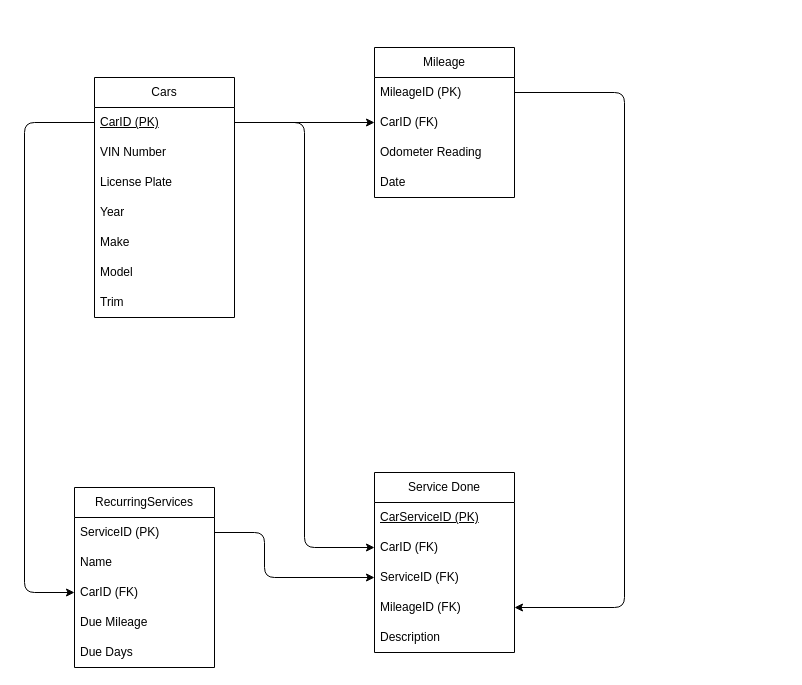
This is BluePrint/ERD.drawio from Danny-Erikson/MileageSnake, a draw.io file, before an edit. Source tidied: cells renumbered, new cells numbered last; positions are measured from the earlier drawing's top-left corner, leaving out a move shared by most shapes. Both pictures are drawn from the tidied source at 100%, with x=0, y=0 at pixel (24, 47).
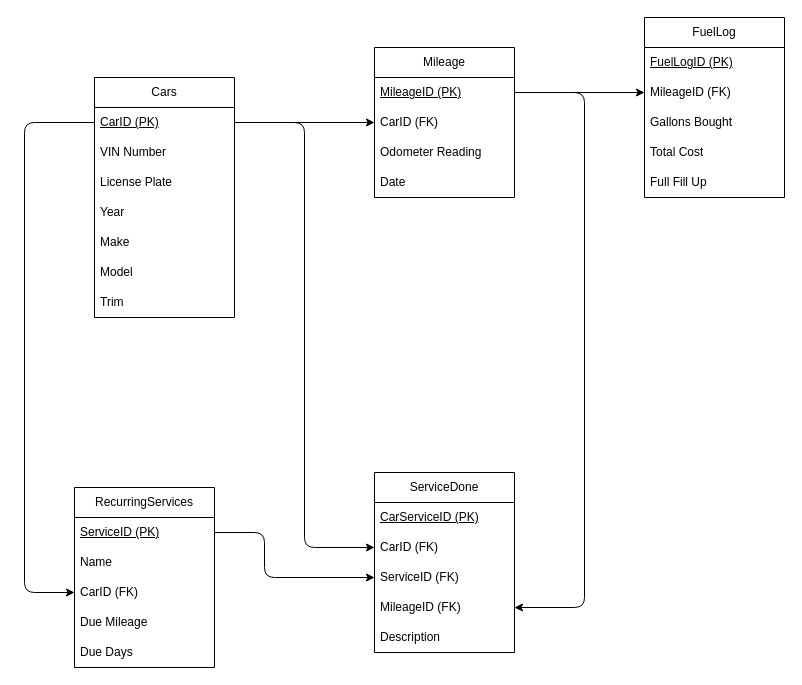
The same page after the edit.

Commit message (it also covers changes not shown here):
Added Fuel Log to DB Schema

Unchanged cells that the change refers to:
```xml
<mxCell id="10" value="Mileage" style="swimlane;fontStyle=0;horizontal=1;startSize=30;whiteSpace=wrap;html=1;" parent="1" vertex="1">
  <mxGeometry x="350" width="140" height="150" as="geometry" />
</mxCell>
<mxCell id="20" value="MileageID (FK)" style="text;strokeColor=none;fillColor=none;align=left;verticalAlign=middle;spacingLeft=4;spacingRight=4;overflow=hidden;points=[[0,0.5],[1,0.5]];portConstraint=eastwest;whiteSpace=wrap;html=1;" parent="16" vertex="1">
  <mxGeometry y="120" width="140" height="30" as="geometry" />
</mxCell>
<mxCell id="22" value="RecurringServices" style="swimlane;fontStyle=0;horizontal=1;startSize=30;whiteSpace=wrap;html=1;" parent="1" vertex="1">
  <mxGeometry x="50" y="440" width="140" height="180" as="geometry" />
</mxCell>
```

The edit, as a diff of the source:
```diff
@@
-    <mxCell id="11" value="MileageID (PK)" style="text;strokeColor=none;fillColor=none;align=left;verticalAlign=middle;spacingLeft=4;spacingRight=4;overflow=hidden;points=[[0,0.5],[1,0.5]];portConstraint=eastwest;whiteSpace=wrap;html=1;" parent="10" vertex="1">
+    <mxCell id="11" value="&lt;u&gt;MileageID (PK)&lt;/u&gt;" style="text;strokeColor=none;fillColor=none;align=left;verticalAlign=middle;spacingLeft=4;spacingRight=4;overflow=hidden;points=[[0,0.5],[1,0.5]];portConstraint=eastwest;whiteSpace=wrap;html=1;" parent="10" vertex="1">
       <mxGeometry y="30" width="140" height="30" as="geometry" />
     </mxCell>
@@
-    <mxCell id="16" value="Service Done" style="swimlane;fontStyle=0;horizontal=1;startSize=30;whiteSpace=wrap;html=1;" parent="1" vertex="1">
+    <mxCell id="16" value="ServiceDone" style="swimlane;fontStyle=0;horizontal=1;startSize=30;whiteSpace=wrap;html=1;" parent="1" vertex="1">
       <mxGeometry x="350" y="425" width="140" height="180" as="geometry" />
     </mxCell>
@@
-    <mxCell id="23" value="ServiceID (PK)" style="text;strokeColor=none;fillColor=none;align=left;verticalAlign=middle;spacingLeft=4;spacingRight=4;overflow=hidden;points=[[0,0.5],[1,0.5]];portConstraint=eastwest;whiteSpace=wrap;html=1;" parent="22" vertex="1">
+    <mxCell id="23" value="&lt;u&gt;ServiceID (PK)&lt;/u&gt;" style="text;strokeColor=none;fillColor=none;align=left;verticalAlign=middle;spacingLeft=4;spacingRight=4;overflow=hidden;points=[[0,0.5],[1,0.5]];portConstraint=eastwest;whiteSpace=wrap;html=1;" parent="22" vertex="1">
       <mxGeometry y="30" width="140" height="30" as="geometry" />
     </mxCell>
@@
     <mxCell id="29" style="edgeStyle=none;html=1;exitX=1;exitY=0.5;exitDx=0;exitDy=0;entryX=1;entryY=0.5;entryDx=0;entryDy=0;" parent="1" edge="1" source="11" target="20">
       <mxGeometry relative="1" as="geometry">
         <Array as="points">
-          <mxPoint x="600" y="45" />
-          <mxPoint x="600" y="560" />
+          <mxPoint x="560" y="45" />
+          <mxPoint x="560" y="560" />
         </Array>
       </mxGeometry>
     </mxCell>
@@
+    <mxCell id="32" value="FuelLog" style="swimlane;fontStyle=0;horizontal=1;startSize=30;whiteSpace=wrap;html=1;" parent="1" vertex="1">
+      <mxGeometry x="620" y="-30" width="140" height="180" as="geometry" />
+    </mxCell>
+    <mxCell id="33" value="&lt;u&gt;FuelLogID (PK)&lt;/u&gt;" style="text;strokeColor=none;fillColor=none;align=left;verticalAlign=middle;spacingLeft=4;spacingRight=4;overflow=hidden;whiteSpace=wrap;html=1;" parent="32" vertex="1">
+      <mxGeometry y="30" width="140" height="30" as="geometry" />
+    </mxCell>
+    <mxCell id="34" value="MileageID (FK)" style="text;strokeColor=none;fillColor=none;align=left;verticalAlign=middle;spacingLeft=4;spacingRight=4;overflow=hidden;points=[[0,0.5],[1,0.5]];portConstraint=eastwest;whiteSpace=wrap;html=1;" parent="32" vertex="1">
+      <mxGeometry y="60" width="140" height="30" as="geometry" />
+    </mxCell>
+    <mxCell id="35" value="Gallons Bought" style="text;strokeColor=none;fillColor=none;align=left;verticalAlign=middle;spacingLeft=4;spacingRight=4;overflow=hidden;whiteSpace=wrap;html=1;" parent="32" vertex="1">
+      <mxGeometry y="90" width="140" height="30" as="geometry" />
+    </mxCell>
+    <mxCell id="36" value="Total Cost" style="text;strokeColor=none;fillColor=none;align=left;verticalAlign=middle;spacingLeft=4;spacingRight=4;overflow=hidden;whiteSpace=wrap;html=1;" parent="32" vertex="1">
+      <mxGeometry y="120" width="140" height="30" as="geometry" />
+    </mxCell>
+    <mxCell id="37" value="Full Fill Up" style="text;strokeColor=none;fillColor=none;align=left;verticalAlign=middle;spacingLeft=4;spacingRight=4;overflow=hidden;whiteSpace=wrap;html=1;" parent="32" vertex="1">
+      <mxGeometry y="150" width="140" height="30" as="geometry" />
+    </mxCell>
+    <mxCell id="38" style="edgeStyle=none;html=1;entryX=0;entryY=0.5;entryDx=0;entryDy=0;" parent="1" edge="1" source="11" target="34">
+      <mxGeometry relative="1" as="geometry" />
+    </mxCell>
```
